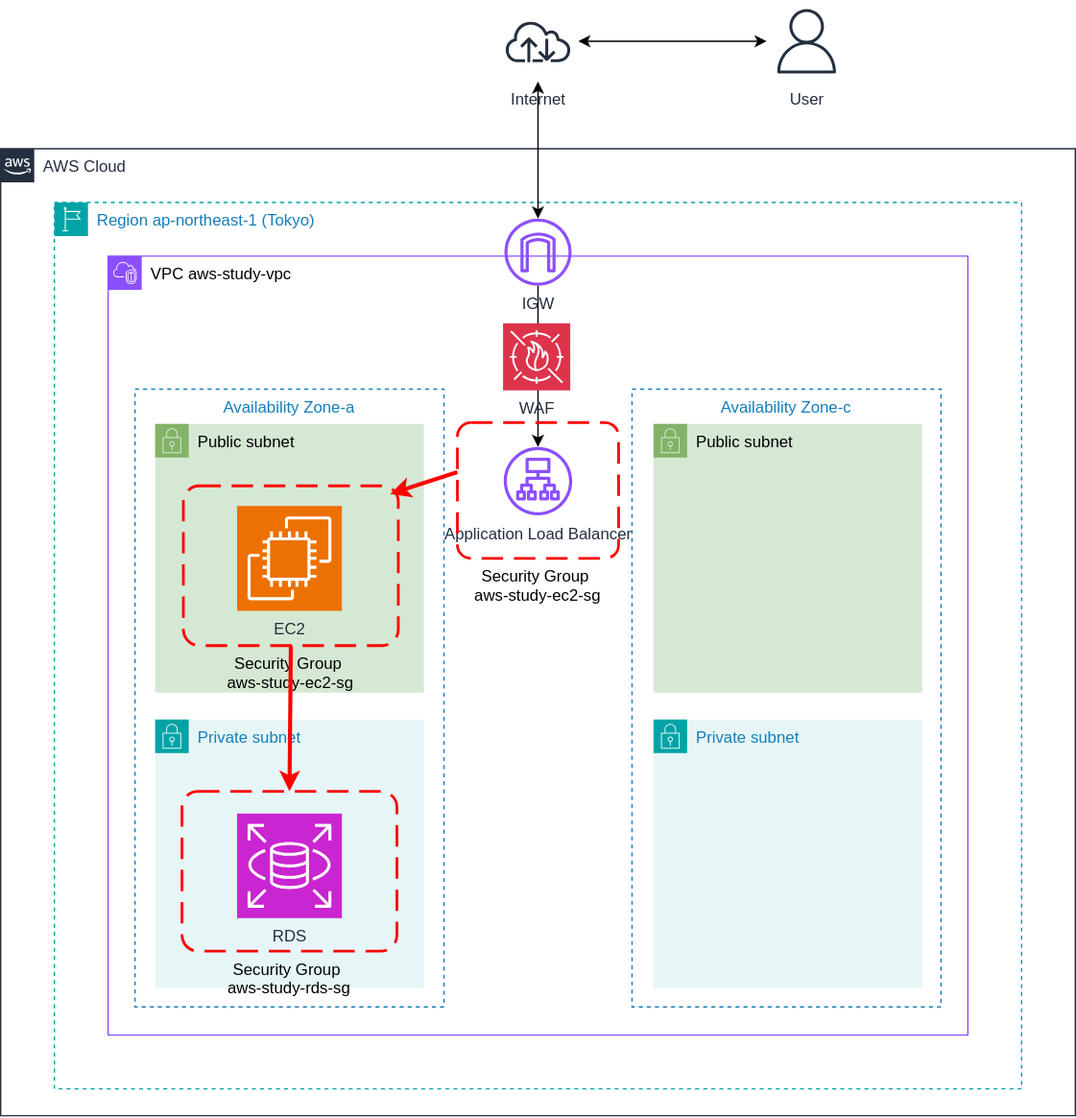
This is infra-diagram_v2.svg from seima-osako/aws-study, a draw.io export, as it was before one commit. Source tidied: cells renumbered, new cells last; positions are measured from the earlier drawing's top-left corner, leaving out a move shared by most shapes. The source it was exported from:
```xml
<mxGraphModel>
  <root>
    <mxCell id="0" />
    <mxCell id="1" parent="0" />
    <mxCell id="2" value="AWS Cloud" style="gradientColor=none;html=1;whiteSpace=wrap;fontSize=12;fontStyle=0;shape=mxgraph.aws4.group;grIcon=mxgraph.aws4.group_aws_cloud_alt;strokeColor=#232F3E;fillColor=none;verticalAlign=top;align=left;spacingLeft=30;fontColor=#232F3E;dashed=0;" parent="1" vertex="1">
      <mxGeometry y="110" width="800" height="720" as="geometry" />
    </mxCell>
    <mxCell id="3" value="Region ap-northeast-1 (Tokyo)" style="gradientColor=none;html=1;whiteSpace=wrap;fontSize=12;fontStyle=0;shape=mxgraph.aws4.group;grIcon=mxgraph.aws4.group_region;strokeColor=#00A4A6;fillColor=none;verticalAlign=top;align=left;spacingLeft=30;fontColor=#147EBA;dashed=1;" parent="2" vertex="1">
      <mxGeometry x="40" y="40" width="720" height="660" as="geometry" />
    </mxCell>
    <mxCell id="4" style="endArrow=classic;html=1;" parent="3" edge="1" source="21" target="15">
      <mxGeometry relative="1" as="geometry" />
    </mxCell>
    <mxCell id="5" value="&lt;font color=&quot;#000000&quot;&gt;VPC aws-study-vpc&lt;/font&gt;" style="gradientColor=none;html=1;whiteSpace=wrap;fontSize=12;fontStyle=0;shape=mxgraph.aws4.group;grIcon=mxgraph.aws4.group_vpc2;strokeColor=#8C4FFF;fillColor=none;verticalAlign=top;align=left;spacingLeft=30;fontColor=#AAB7B8;dashed=0;" parent="3" vertex="1">
      <mxGeometry x="40" y="40" width="640" height="580" as="geometry" />
    </mxCell>
    <mxCell id="6" value="Availability Zone-a" style="fillColor=none;strokeColor=#147EBA;dashed=1;verticalAlign=top;fontStyle=0;fontColor=#147EBA;whiteSpace=wrap;html=1;" parent="5" vertex="1">
      <mxGeometry x="20" y="99" width="230" height="460" as="geometry" />
    </mxCell>
    <mxCell id="7" value="Public subnet" style="html=1;whiteSpace=wrap;fontSize=12;fontStyle=0;shape=mxgraph.aws4.group;grIcon=mxgraph.aws4.group_security_group;grStroke=0;verticalAlign=top;align=left;spacingLeft=30;dashed=0;strokeColor=#82b366;fillColor=#d5e8d4;" parent="5" vertex="1">
      <mxGeometry x="35" y="125" width="200" height="200" as="geometry" />
    </mxCell>
    <mxCell id="8" value="EC2" style="sketch=0;fontColor=#232F3E;fillColor=#ED7100;strokeColor=#ffffff;dashed=0;verticalLabelPosition=bottom;verticalAlign=top;align=center;html=1;fontSize=12;fontStyle=0;shape=mxgraph.aws4.resourceIcon;resIcon=mxgraph.aws4.ec2;" parent="7" vertex="1">
      <mxGeometry x="61" y="61" width="78" height="78" as="geometry" />
    </mxCell>
    <mxCell id="9" value="Security Group &#10;aws-study-ec2-sg" style="rounded=1;arcSize=10;dashed=1;strokeColor=#ff0000;fillColor=none;gradientColor=none;dashPattern=8 4;strokeWidth=2;labelPosition=center;verticalLabelPosition=bottom;align=center;verticalAlign=top;" parent="7" vertex="1">
      <mxGeometry x="21" y="46" width="160" height="119" as="geometry" />
    </mxCell>
    <mxCell id="10" value="Public subnet" style="html=1;whiteSpace=wrap;fontSize=12;fontStyle=0;shape=mxgraph.aws4.group;grIcon=mxgraph.aws4.group_security_group;grStroke=0;verticalAlign=top;align=left;spacingLeft=30;dashed=0;strokeColor=#82b366;fillColor=#d5e8d4;" parent="5" vertex="1">
      <mxGeometry x="406" y="125" width="200" height="200" as="geometry" />
    </mxCell>
    <mxCell id="11" value="Private subnet" style="gradientColor=none;html=1;whiteSpace=wrap;fontSize=12;fontStyle=0;shape=mxgraph.aws4.group;grIcon=mxgraph.aws4.group_security_group;grStroke=0;strokeColor=#00A4A6;fillColor=#E6F6F7;verticalAlign=top;align=left;spacingLeft=30;fontColor=#147EBA;dashed=0;" parent="5" vertex="1">
      <mxGeometry x="35" y="345" width="200" height="200" as="geometry" />
    </mxCell>
    <mxCell id="12" value="Security Group &#10;aws-study-rds-sg" style="rounded=1;arcSize=10;dashed=1;strokeColor=#ff0000;fillColor=none;gradientColor=none;dashPattern=8 4;strokeWidth=2;labelPosition=center;verticalLabelPosition=bottom;align=center;verticalAlign=top;" parent="11" vertex="1">
      <mxGeometry x="20" y="53.5" width="160" height="119" as="geometry" />
    </mxCell>
    <mxCell id="13" value="Private subnet" style="gradientColor=none;html=1;whiteSpace=wrap;fontSize=12;fontStyle=0;shape=mxgraph.aws4.group;grIcon=mxgraph.aws4.group_security_group;grStroke=0;strokeColor=#00A4A6;fillColor=#E6F6F7;verticalAlign=top;align=left;spacingLeft=30;fontColor=#147EBA;dashed=0;" parent="5" vertex="1">
      <mxGeometry x="406" y="345" width="200" height="200" as="geometry" />
    </mxCell>
    <mxCell id="14" value="RDS" style="sketch=0;fontColor=#232F3E;fillColor=#C925D1;strokeColor=#ffffff;dashed=0;verticalLabelPosition=bottom;verticalAlign=top;align=center;html=1;fontSize=12;fontStyle=0;shape=mxgraph.aws4.resourceIcon;resIcon=mxgraph.aws4.rds;" parent="5" vertex="1">
      <mxGeometry x="96" y="415" width="78" height="78" as="geometry" />
    </mxCell>
    <mxCell id="15" value="&lt;meta charset=&quot;utf-8&quot;&gt;Application Load Balancer" style="sketch=0;outlineConnect=0;fontColor=#232F3E;gradientColor=none;fillColor=#8C4FFF;strokeColor=none;dashed=0;verticalLabelPosition=bottom;verticalAlign=top;align=center;html=1;fontSize=12;fontStyle=0;shape=mxgraph.aws4.application_load_balancer;" parent="5" vertex="1">
      <mxGeometry x="294.5" y="142" width="51" height="51" as="geometry" />
    </mxCell>
    <mxCell id="16" value="Security Group &#10;aws-study-ec2-sg" style="rounded=1;arcSize=10;dashed=1;strokeColor=#ff0000;fillColor=none;gradientColor=none;dashPattern=8 4;strokeWidth=2;labelPosition=center;verticalLabelPosition=bottom;align=center;verticalAlign=top;labelBackgroundColor=default;" parent="5" vertex="1">
      <mxGeometry x="260" y="124" width="120" height="101" as="geometry" />
    </mxCell>
    <mxCell id="17" style="endArrow=classic;html=1;strokeColor=#FF0000;strokeWidth=3;entryX=0.5;entryY=0;entryDx=0;entryDy=0;exitX=0.5;exitY=1;exitDx=0;exitDy=0;" parent="5" edge="1" source="9" target="12">
      <mxGeometry relative="1" as="geometry" />
    </mxCell>
    <mxCell id="18" value="Availability Zone-c" style="fillColor=none;strokeColor=#147EBA;dashed=1;verticalAlign=top;fontStyle=0;fontColor=#147EBA;whiteSpace=wrap;html=1;" parent="5" vertex="1">
      <mxGeometry x="390" y="99" width="230" height="460" as="geometry" />
    </mxCell>
    <mxCell id="19" value="WAF" style="sketch=0;points=[[0,0,0],[0.25,0,0],[0.5,0,0],[0.75,0,0],[1,0,0],[0,1,0],[0.25,1,0],[0.5,1,0],[0.75,1,0],[1,1,0],[0,0.25,0],[0,0.5,0],[0,0.75,0],[1,0.25,0],[1,0.5,0],[1,0.75,0]];outlineConnect=0;fontColor=#232F3E;fillColor=#DD344C;strokeColor=#ffffff;dashed=0;verticalLabelPosition=bottom;verticalAlign=top;align=center;html=1;fontSize=12;fontStyle=0;shape=mxgraph.aws4.resourceIcon;resIcon=mxgraph.aws4.waf;" parent="5" vertex="1">
      <mxGeometry x="294" y="50" width="50" height="50" as="geometry" />
    </mxCell>
    <mxCell id="20" style="endArrow=classic;html=1;strokeColor=#FF0000;strokeWidth=3;exitX=-0.001;exitY=0.364;exitDx=0;exitDy=0;exitPerimeter=0;" parent="5" edge="1" source="16">
      <mxGeometry relative="1" as="geometry">
        <mxPoint x="210" y="177" as="targetPoint" />
      </mxGeometry>
    </mxCell>
    <mxCell id="21" value="IGW" style="sketch=0;outlineConnect=0;fontColor=#232F3E;gradientColor=none;fillColor=#8C4FFF;strokeColor=none;dashed=0;verticalLabelPosition=bottom;verticalAlign=top;align=center;html=1;fontSize=12;fontStyle=0;shape=mxgraph.aws4.internet_gateway;labelPosition=center;" parent="3" vertex="1">
      <mxGeometry x="335" y="12" width="50" height="50" as="geometry" />
    </mxCell>
    <mxCell id="22" value="User" style="sketch=0;fontColor=#232F3E;gradientColor=none;strokeColor=#232F3E;fillColor=#ffffff;dashed=0;verticalLabelPosition=bottom;verticalAlign=top;align=center;html=1;fontSize=12;fontStyle=0;shape=mxgraph.aws4.resourceIcon;resIcon=mxgraph.aws4.user;" parent="1" vertex="1">
      <mxGeometry x="570" width="60" height="60" as="geometry" />
    </mxCell>
    <mxCell id="23" style="endArrow=classic;startArrow=classic;html=1;" parent="1" edge="1">
      <mxGeometry relative="1" as="geometry">
        <mxPoint x="430" y="30" as="sourcePoint" />
        <mxPoint x="570.2" y="30" as="targetPoint" />
      </mxGeometry>
    </mxCell>
    <mxCell id="24" style="endArrow=classic;startArrow=classic;html=1;" parent="1" edge="1" source="25" target="21">
      <mxGeometry relative="1" as="geometry" />
    </mxCell>
    <mxCell id="25" value="Internet" style="sketch=0;outlineConnect=0;fontColor=#232F3E;gradientColor=none;strokeColor=#232F3E;fillColor=#ffffff;dashed=0;verticalLabelPosition=bottom;verticalAlign=top;align=center;html=1;fontSize=12;fontStyle=0;shape=mxgraph.aws4.resourceIcon;resIcon=mxgraph.aws4.internet;labelPosition=center;" parent="1" vertex="1">
      <mxGeometry x="370" width="60" height="60" as="geometry" />
    </mxCell>
  </root>
</mxGraphModel>
```
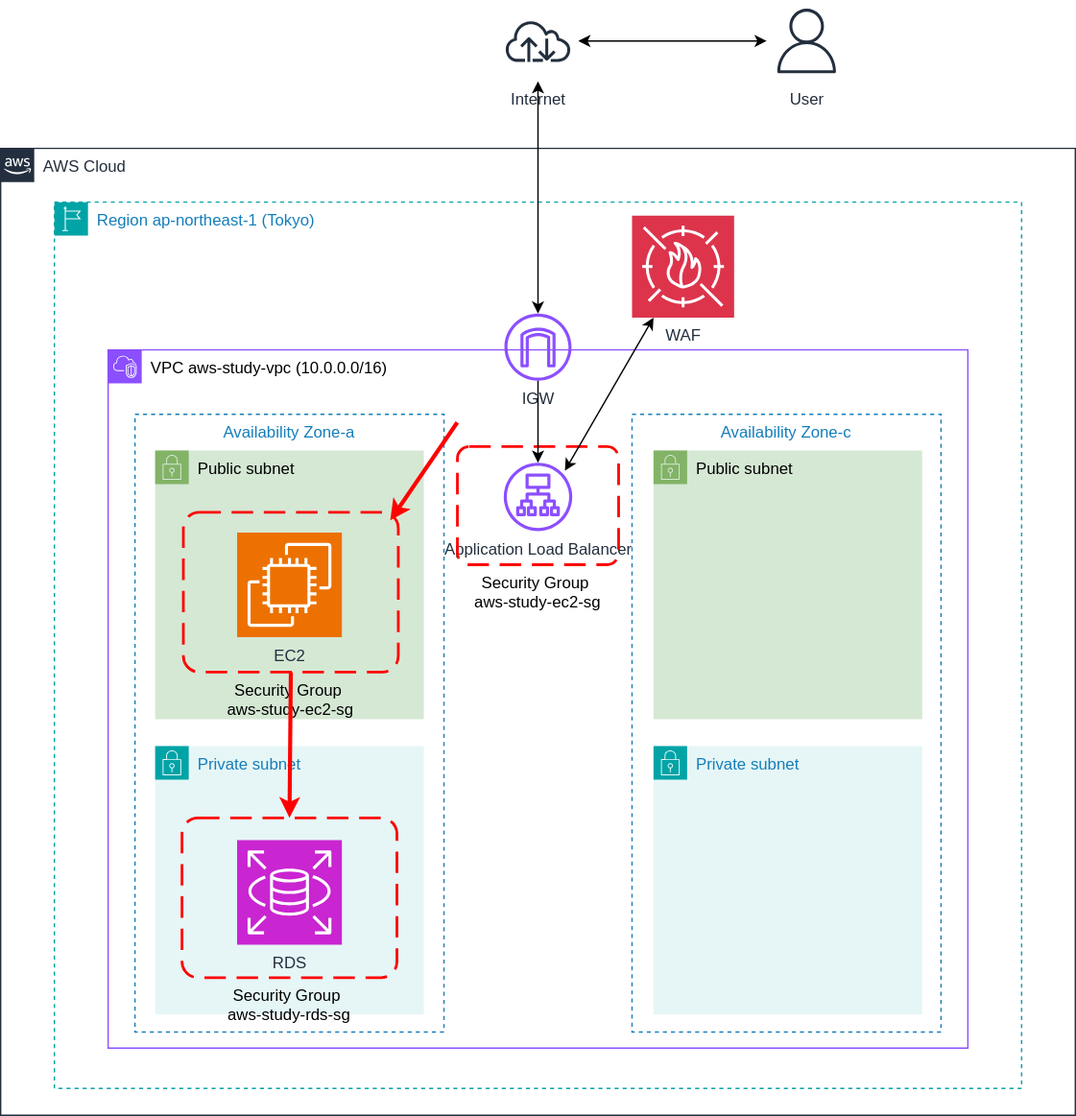
Later version of the same file.

Commit message:
fix WAF layout

What changed in the source:
```diff
@@ -8,17 +8,14 @@
     <mxCell id="3" value="Region ap-northeast-1 (Tokyo)" style="gradientColor=none;html=1;whiteSpace=wrap;fontSize=12;fontStyle=0;shape=mxgraph.aws4.group;grIcon=mxgraph.aws4.group_region;strokeColor=#00A4A6;fillColor=none;verticalAlign=top;align=left;spacingLeft=30;fontColor=#147EBA;dashed=1;" parent="2" vertex="1">
       <mxGeometry x="40" y="40" width="720" height="660" as="geometry" />
     </mxCell>
-    <mxCell id="4" style="endArrow=classic;html=1;" parent="3" edge="1" source="21" target="15">
-      <mxGeometry relative="1" as="geometry" />
-    </mxCell>
-    <mxCell id="5" value="&lt;font color=&quot;#000000&quot;&gt;VPC aws-study-vpc&lt;/font&gt;" style="gradientColor=none;html=1;whiteSpace=wrap;fontSize=12;fontStyle=0;shape=mxgraph.aws4.group;grIcon=mxgraph.aws4.group_vpc2;strokeColor=#8C4FFF;fillColor=none;verticalAlign=top;align=left;spacingLeft=30;fontColor=#AAB7B8;dashed=0;" parent="3" vertex="1">
-      <mxGeometry x="40" y="40" width="640" height="580" as="geometry" />
+    <mxCell id="5" value="&lt;font color=&quot;#000000&quot;&gt;VPC aws-study-vpc (&lt;span style=&quot;color: rgb(0, 0, 0);&quot;&gt;10.0.0.0/16&lt;/span&gt;)&lt;/font&gt;" style="gradientColor=none;html=1;whiteSpace=wrap;fontSize=12;fontStyle=0;shape=mxgraph.aws4.group;grIcon=mxgraph.aws4.group_vpc2;strokeColor=#8C4FFF;fillColor=none;verticalAlign=top;align=left;spacingLeft=30;fontColor=#AAB7B8;dashed=0;" parent="3" vertex="1">
+      <mxGeometry x="40" y="110" width="640" height="520" as="geometry" />
     </mxCell>
     <mxCell id="6" value="Availability Zone-a" style="fillColor=none;strokeColor=#147EBA;dashed=1;verticalAlign=top;fontStyle=0;fontColor=#147EBA;whiteSpace=wrap;html=1;" parent="5" vertex="1">
-      <mxGeometry x="20" y="99" width="230" height="460" as="geometry" />
+      <mxGeometry x="20" y="48" width="230" height="460" as="geometry" />
     </mxCell>
     <mxCell id="7" value="Public subnet" style="html=1;whiteSpace=wrap;fontSize=12;fontStyle=0;shape=mxgraph.aws4.group;grIcon=mxgraph.aws4.group_security_group;grStroke=0;verticalAlign=top;align=left;spacingLeft=30;dashed=0;strokeColor=#82b366;fillColor=#d5e8d4;" parent="5" vertex="1">
-      <mxGeometry x="35" y="125" width="200" height="200" as="geometry" />
+      <mxGeometry x="35" y="75" width="200" height="200" as="geometry" />
     </mxCell>
     <mxCell id="8" value="EC2" style="sketch=0;fontColor=#232F3E;fillColor=#ED7100;strokeColor=#ffffff;dashed=0;verticalLabelPosition=bottom;verticalAlign=top;align=center;html=1;fontSize=12;fontStyle=0;shape=mxgraph.aws4.resourceIcon;resIcon=mxgraph.aws4.ec2;" parent="7" vertex="1">
       <mxGeometry x="61" y="61" width="78" height="78" as="geometry" />
@@ -27,43 +24,50 @@
       <mxGeometry x="21" y="46" width="160" height="119" as="geometry" />
     </mxCell>
     <mxCell id="10" value="Public subnet" style="html=1;whiteSpace=wrap;fontSize=12;fontStyle=0;shape=mxgraph.aws4.group;grIcon=mxgraph.aws4.group_security_group;grStroke=0;verticalAlign=top;align=left;spacingLeft=30;dashed=0;strokeColor=#82b366;fillColor=#d5e8d4;" parent="5" vertex="1">
-      <mxGeometry x="406" y="125" width="200" height="200" as="geometry" />
+      <mxGeometry x="406" y="75" width="200" height="200" as="geometry" />
     </mxCell>
     <mxCell id="11" value="Private subnet" style="gradientColor=none;html=1;whiteSpace=wrap;fontSize=12;fontStyle=0;shape=mxgraph.aws4.group;grIcon=mxgraph.aws4.group_security_group;grStroke=0;strokeColor=#00A4A6;fillColor=#E6F6F7;verticalAlign=top;align=left;spacingLeft=30;fontColor=#147EBA;dashed=0;" parent="5" vertex="1">
-      <mxGeometry x="35" y="345" width="200" height="200" as="geometry" />
+      <mxGeometry x="35" y="295" width="200" height="200" as="geometry" />
     </mxCell>
     <mxCell id="12" value="Security Group &#10;aws-study-rds-sg" style="rounded=1;arcSize=10;dashed=1;strokeColor=#ff0000;fillColor=none;gradientColor=none;dashPattern=8 4;strokeWidth=2;labelPosition=center;verticalLabelPosition=bottom;align=center;verticalAlign=top;" parent="11" vertex="1">
       <mxGeometry x="20" y="53.5" width="160" height="119" as="geometry" />
     </mxCell>
     <mxCell id="13" value="Private subnet" style="gradientColor=none;html=1;whiteSpace=wrap;fontSize=12;fontStyle=0;shape=mxgraph.aws4.group;grIcon=mxgraph.aws4.group_security_group;grStroke=0;strokeColor=#00A4A6;fillColor=#E6F6F7;verticalAlign=top;align=left;spacingLeft=30;fontColor=#147EBA;dashed=0;" parent="5" vertex="1">
-      <mxGeometry x="406" y="345" width="200" height="200" as="geometry" />
+      <mxGeometry x="406" y="295" width="200" height="200" as="geometry" />
     </mxCell>
     <mxCell id="14" value="RDS" style="sketch=0;fontColor=#232F3E;fillColor=#C925D1;strokeColor=#ffffff;dashed=0;verticalLabelPosition=bottom;verticalAlign=top;align=center;html=1;fontSize=12;fontStyle=0;shape=mxgraph.aws4.resourceIcon;resIcon=mxgraph.aws4.rds;" parent="5" vertex="1">
-      <mxGeometry x="96" y="415" width="78" height="78" as="geometry" />
+      <mxGeometry x="96" y="365" width="78" height="78" as="geometry" />
     </mxCell>
     <mxCell id="15" value="&lt;meta charset=&quot;utf-8&quot;&gt;Application Load Balancer" style="sketch=0;outlineConnect=0;fontColor=#232F3E;gradientColor=none;fillColor=#8C4FFF;strokeColor=none;dashed=0;verticalLabelPosition=bottom;verticalAlign=top;align=center;html=1;fontSize=12;fontStyle=0;shape=mxgraph.aws4.application_load_balancer;" parent="5" vertex="1">
-      <mxGeometry x="294.5" y="142" width="51" height="51" as="geometry" />
+      <mxGeometry x="294.5" y="84" width="51" height="51" as="geometry" />
     </mxCell>
     <mxCell id="16" value="Security Group &#10;aws-study-ec2-sg" style="rounded=1;arcSize=10;dashed=1;strokeColor=#ff0000;fillColor=none;gradientColor=none;dashPattern=8 4;strokeWidth=2;labelPosition=center;verticalLabelPosition=bottom;align=center;verticalAlign=top;labelBackgroundColor=default;" parent="5" vertex="1">
-      <mxGeometry x="260" y="124" width="120" height="101" as="geometry" />
+      <mxGeometry x="260" y="72" width="120" height="88" as="geometry" />
     </mxCell>
     <mxCell id="17" style="endArrow=classic;html=1;strokeColor=#FF0000;strokeWidth=3;entryX=0.5;entryY=0;entryDx=0;entryDy=0;exitX=0.5;exitY=1;exitDx=0;exitDy=0;" parent="5" edge="1" source="9" target="12">
       <mxGeometry relative="1" as="geometry" />
     </mxCell>
     <mxCell id="18" value="Availability Zone-c" style="fillColor=none;strokeColor=#147EBA;dashed=1;verticalAlign=top;fontStyle=0;fontColor=#147EBA;whiteSpace=wrap;html=1;" parent="5" vertex="1">
-      <mxGeometry x="390" y="99" width="230" height="460" as="geometry" />
+      <mxGeometry x="390" y="48" width="230" height="460" as="geometry" />
     </mxCell>
-    <mxCell id="19" value="WAF" style="sketch=0;points=[[0,0,0],[0.25,0,0],[0.5,0,0],[0.75,0,0],[1,0,0],[0,1,0],[0.25,1,0],[0.5,1,0],[0.75,1,0],[1,1,0],[0,0.25,0],[0,0.5,0],[0,0.75,0],[1,0.25,0],[1,0.5,0],[1,0.75,0]];outlineConnect=0;fontColor=#232F3E;fillColor=#DD344C;strokeColor=#ffffff;dashed=0;verticalLabelPosition=bottom;verticalAlign=top;align=center;html=1;fontSize=12;fontStyle=0;shape=mxgraph.aws4.resourceIcon;resIcon=mxgraph.aws4.waf;" parent="5" vertex="1">
-      <mxGeometry x="294" y="50" width="50" height="50" as="geometry" />
-    </mxCell>
-    <mxCell id="20" style="endArrow=classic;html=1;strokeColor=#FF0000;strokeWidth=3;exitX=-0.001;exitY=0.364;exitDx=0;exitDy=0;exitPerimeter=0;" parent="5" edge="1" source="16">
+    <mxCell id="20" style="endArrow=classic;html=1;strokeColor=#FF0000;strokeWidth=3;exitX=-0.001;exitY=0.364;exitDx=0;exitDy=0;exitPerimeter=0;" parent="5" edge="1">
       <mxGeometry relative="1" as="geometry">
-        <mxPoint x="210" y="177" as="targetPoint" />
+        <mxPoint x="259.9" y="54" as="sourcePoint" />
+        <mxPoint x="210" y="127" as="targetPoint" />
       </mxGeometry>
     </mxCell>
-    <mxCell id="21" value="IGW" style="sketch=0;outlineConnect=0;fontColor=#232F3E;gradientColor=none;fillColor=#8C4FFF;strokeColor=none;dashed=0;verticalLabelPosition=bottom;verticalAlign=top;align=center;html=1;fontSize=12;fontStyle=0;shape=mxgraph.aws4.internet_gateway;labelPosition=center;" parent="3" vertex="1">
-      <mxGeometry x="335" y="12" width="50" height="50" as="geometry" />
+    <mxCell id="21" value="IGW" style="sketch=0;outlineConnect=0;fontColor=#232F3E;gradientColor=none;fillColor=#8C4FFF;strokeColor=none;dashed=0;verticalLabelPosition=bottom;verticalAlign=top;align=center;html=1;fontSize=12;fontStyle=0;shape=mxgraph.aws4.internet_gateway;labelPosition=center;" parent="5" vertex="1">
+      <mxGeometry x="295" y="-27" width="50" height="50" as="geometry" />
     </mxCell>
+    <mxCell id="4" style="endArrow=classic;html=1;" parent="5" edge="1" source="21" target="15">
+      <mxGeometry relative="1" as="geometry" />
+    </mxCell>
+    <mxCell id="19" value="WAF" style="sketch=0;points=[[0,0,0],[0.25,0,0],[0.5,0,0],[0.75,0,0],[1,0,0],[0,1,0],[0.25,1,0],[0.5,1,0],[0.75,1,0],[1,1,0],[0,0.25,0],[0,0.5,0],[0,0.75,0],[1,0.25,0],[1,0.5,0],[1,0.75,0]];outlineConnect=0;fontColor=#232F3E;fillColor=#DD344C;strokeColor=#ffffff;dashed=0;verticalLabelPosition=bottom;verticalAlign=top;align=center;html=1;fontSize=12;fontStyle=0;shape=mxgraph.aws4.resourceIcon;resIcon=mxgraph.aws4.waf;" parent="3" vertex="1">
+      <mxGeometry x="430" y="10" width="76" height="76" as="geometry" />
+    </mxCell>
+    <mxCell id="26" style="endArrow=classic;startArrow=classic;html=1;entryX=0.667;entryY=0.205;entryDx=0;entryDy=0;entryPerimeter=0;" parent="3" edge="1" source="19" target="16">
+      <mxGeometry relative="1" as="geometry" />
+    </mxCell>
     <mxCell id="22" value="User" style="sketch=0;fontColor=#232F3E;gradientColor=none;strokeColor=#232F3E;fillColor=#ffffff;dashed=0;verticalLabelPosition=bottom;verticalAlign=top;align=center;html=1;fontSize=12;fontStyle=0;shape=mxgraph.aws4.resourceIcon;resIcon=mxgraph.aws4.user;" parent="1" vertex="1">
       <mxGeometry x="570" width="60" height="60" as="geometry" />
     </mxCell>
```
